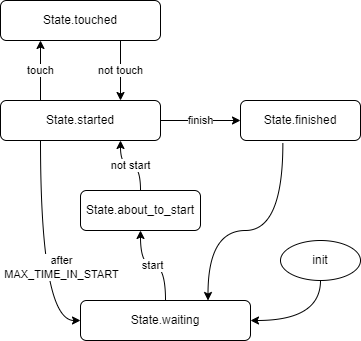
The draw.io diagram docs/state_machine.drawio.png in munich-ml/raspi_buzz_wire, before a commit. Source tidied: cells renumbered, new cells last; positions are measured from the earlier drawing's top-left corner, leaving out a move shared by most shapes. The source it was exported from:
```xml
<mxGraphModel>
  <root>
    <mxCell id="0" />
    <mxCell id="1" parent="0" />
    <mxCell id="2" value="touch" style="edgeStyle=orthogonalEdgeStyle;html=1;curved=1;exitX=0.25;exitY=0;exitDx=0;exitDy=0;entryX=0.25;entryY=1;entryDx=0;entryDy=0;" parent="1" edge="1" source="6" target="8">
      <mxGeometry relative="1" as="geometry" />
    </mxCell>
    <mxCell id="3" value="finish" style="edgeStyle=orthogonalEdgeStyle;html=1;curved=1;" parent="1" edge="1" source="6" target="10">
      <mxGeometry relative="1" as="geometry" />
    </mxCell>
    <mxCell id="4" style="edgeStyle=orthogonalEdgeStyle;html=1;entryX=0;entryY=0.5;entryDx=0;entryDy=0;curved=1;exitX=0.25;exitY=1;exitDx=0;exitDy=0;" parent="1" edge="1" source="6" target="12">
      <mxGeometry relative="1" as="geometry" />
    </mxCell>
    <mxCell id="5" value="after&lt;br&gt;MAX_TIME_IN_START" style="edgeLabel;html=1;align=center;verticalAlign=middle;" parent="4" vertex="1">
      <mxGeometry x="0.28" y="-1" relative="1" as="geometry">
        <mxPoint x="21" y="-15" as="offset" />
      </mxGeometry>
    </mxCell>
    <mxCell id="6" value="State.started" style="rounded=1;whiteSpace=wrap;html=1;" parent="1" vertex="1">
      <mxGeometry y="100" width="160" height="40" as="geometry" />
    </mxCell>
    <mxCell id="7" value="not touch" style="edgeStyle=orthogonalEdgeStyle;curved=1;html=1;entryX=0.75;entryY=0;entryDx=0;entryDy=0;exitX=0.75;exitY=1;exitDx=0;exitDy=0;" parent="1" edge="1" source="8" target="6">
      <mxGeometry relative="1" as="geometry" />
    </mxCell>
    <mxCell id="8" value="State.touched" style="rounded=1;whiteSpace=wrap;html=1;" parent="1" vertex="1">
      <mxGeometry width="160" height="40" as="geometry" />
    </mxCell>
    <mxCell id="9" style="edgeStyle=orthogonalEdgeStyle;html=1;curved=1;entryX=0.75;entryY=0;entryDx=0;entryDy=0;exitX=0.353;exitY=1.065;exitDx=0;exitDy=0;exitPerimeter=0;" parent="1" edge="1" source="10" target="12">
      <mxGeometry relative="1" as="geometry">
        <Array as="points">
          <mxPoint x="282" y="230" />
          <mxPoint x="208" y="230" />
        </Array>
      </mxGeometry>
    </mxCell>
    <mxCell id="10" value="State.finished" style="rounded=1;whiteSpace=wrap;html=1;" parent="1" vertex="1">
      <mxGeometry x="240" y="100" width="120" height="40" as="geometry" />
    </mxCell>
    <mxCell id="11" value="start" style="edgeStyle=orthogonalEdgeStyle;curved=1;html=1;exitX=0.5;exitY=0;exitDx=0;exitDy=0;" parent="1" edge="1" source="12" target="16">
      <mxGeometry relative="1" as="geometry" />
    </mxCell>
    <mxCell id="12" value="State.waiting" style="rounded=1;whiteSpace=wrap;html=1;" parent="1" vertex="1">
      <mxGeometry x="80" y="300" width="170" height="40" as="geometry" />
    </mxCell>
    <mxCell id="13" style="edgeStyle=orthogonalEdgeStyle;curved=1;html=1;entryX=1;entryY=0.5;entryDx=0;entryDy=0;exitX=0.5;exitY=1;exitDx=0;exitDy=0;" parent="1" edge="1" source="14" target="12">
      <mxGeometry relative="1" as="geometry" />
    </mxCell>
    <mxCell id="14" value="init" style="ellipse;whiteSpace=wrap;html=1;" parent="1" vertex="1">
      <mxGeometry x="280" y="240" width="80" height="40" as="geometry" />
    </mxCell>
    <mxCell id="15" value="not start" style="edgeStyle=orthogonalEdgeStyle;html=1;exitX=0.5;exitY=0;exitDx=0;exitDy=0;entryX=0.75;entryY=1;entryDx=0;entryDy=0;curved=1;" parent="1" edge="1" source="16" target="6">
      <mxGeometry relative="1" as="geometry" />
    </mxCell>
    <mxCell id="16" value="State.about_to_start" style="rounded=1;whiteSpace=wrap;html=1;" parent="1" vertex="1">
      <mxGeometry x="80" y="190" width="120" height="40" as="geometry" />
    </mxCell>
  </root>
</mxGraphModel>
```
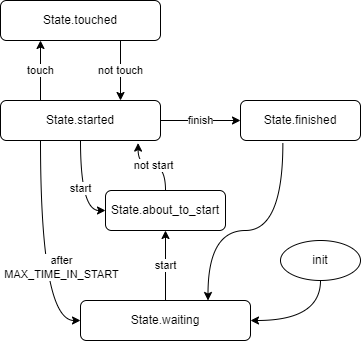
Above is the later version.

What changed in the source:
```diff
@@ -16,6 +16,9 @@
         <mxPoint x="21" y="-15" as="offset" />
       </mxGeometry>
     </mxCell>
+    <mxCell id="17" value="start" style="edgeStyle=orthogonalEdgeStyle;curved=1;html=1;exitX=0.5;exitY=1;exitDx=0;exitDy=0;entryX=0;entryY=0.5;entryDx=0;entryDy=0;" parent="1" edge="1" source="6" target="16">
+      <mxGeometry relative="1" as="geometry" />
+    </mxCell>
     <mxCell id="6" value="State.started" style="rounded=1;whiteSpace=wrap;html=1;" parent="1" vertex="1">
       <mxGeometry y="100" width="160" height="40" as="geometry" />
     </mxCell>
@@ -48,11 +51,11 @@
     <mxCell id="14" value="init" style="ellipse;whiteSpace=wrap;html=1;" parent="1" vertex="1">
       <mxGeometry x="280" y="240" width="80" height="40" as="geometry" />
     </mxCell>
-    <mxCell id="15" value="not start" style="edgeStyle=orthogonalEdgeStyle;html=1;exitX=0.5;exitY=0;exitDx=0;exitDy=0;entryX=0.75;entryY=1;entryDx=0;entryDy=0;curved=1;" parent="1" edge="1" source="16" target="6">
+    <mxCell id="15" value="not start" style="edgeStyle=orthogonalEdgeStyle;html=1;exitX=0.5;exitY=0;exitDx=0;exitDy=0;entryX=0.86;entryY=1.065;entryDx=0;entryDy=0;curved=1;entryPerimeter=0;" parent="1" edge="1" source="16" target="6">
       <mxGeometry relative="1" as="geometry" />
     </mxCell>
     <mxCell id="16" value="State.about_to_start" style="rounded=1;whiteSpace=wrap;html=1;" parent="1" vertex="1">
-      <mxGeometry x="80" y="190" width="120" height="40" as="geometry" />
+      <mxGeometry x="105" y="190" width="120" height="40" as="geometry" />
     </mxCell>
   </root>
 </mxGraphModel>
```
